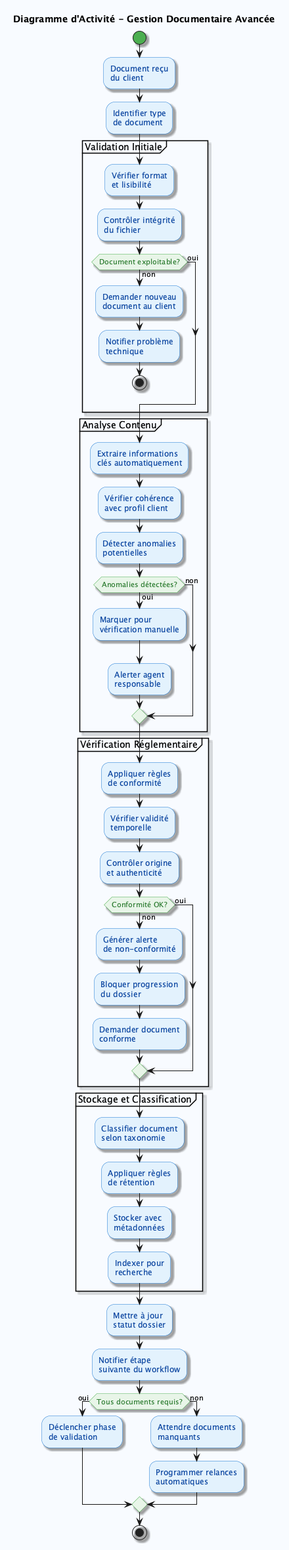
This is SYSTEME-OUVERTURE-COMPTE/DIAGRAMMES-ACTIVITE/GestionDocuments.png from caranvalis/diagramePlantUml, a PlantUML export, as it was before one commit.
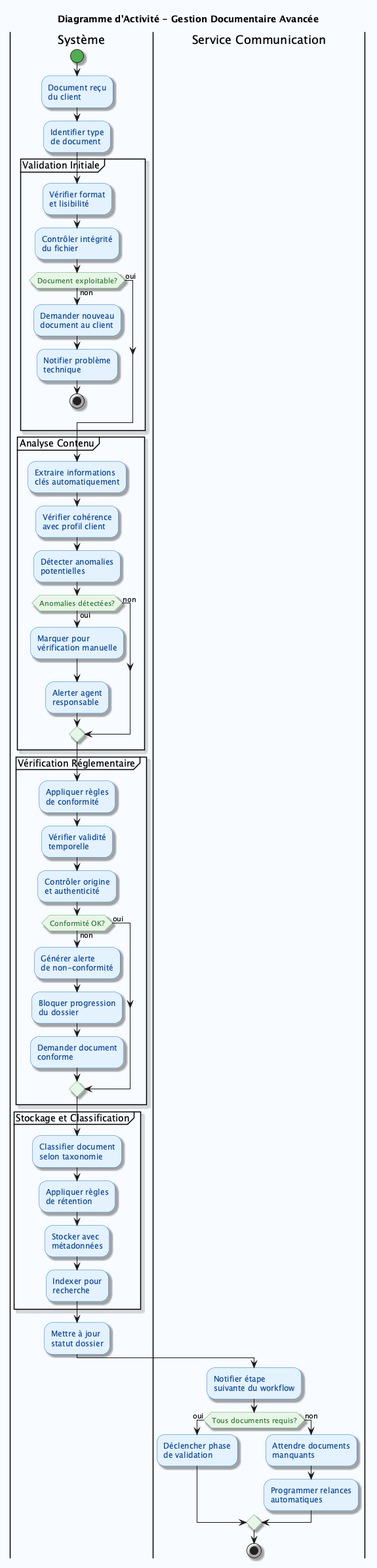
The same diagram one commit later.

The edit, as a diff of the source:
```diff
@@ -10,14 +10,21 @@
     StartColor #4CAF50
     EndColor #F44336
 }
+skinparam actor {
+    BackgroundColor #FF7043
+    BorderColor #D84315
+    FontColor #FFFFFF
+}
 skinparam shadowing true
 
 title Diagramme d'Activité - Gestion Documentaire Avancée
 
+
+|Système|
 start
-
 :Document reçu
 du client;
+
 
 :Identifier type
 de document;
@@ -30,6 +37,7 @@
     du fichier;
 
     if (Document exploitable?) then (non)
+
         :Demander nouveau
         document au client;
 
@@ -52,11 +60,13 @@
     potentielles;
 
     if (Anomalies détectées?) then (oui)
+
         :Marquer pour
         vérification manuelle;
 
         :Alerter agent
         responsable;
+
     else (non)
     endif
 }
@@ -72,6 +82,7 @@
     et authenticité;
 
     if (Conformité OK?) then (non)
+
         :Générer alerte
         de non-conformité;
 
@@ -101,6 +112,8 @@
 :Mettre à jour
 statut dossier;
 
+
+|Service Communication|
 :Notifier étape
 suivante du workflow;
 
```
